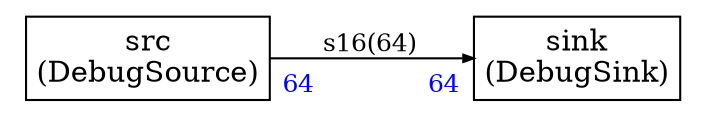
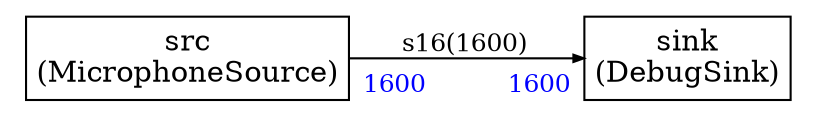






digraph structs {
    bgcolor = "white"
    node [shape=plaintext,color="black",fontcolor="black",fontname="Times-Roman"]
    rankdir=LR
    edge [arrowsize="0.5",color="black",fontcolor="black",fontname="Times-Roman"]


sink [label=<
<TABLE color="black" bgcolor="none" BORDER="0" CELLBORDER="1" CELLSPACING="0" CELLPADDING="4">
  <TR>
    <TD ALIGN="CENTER" PORT="i"><FONT COLOR="black" POINT-SIZE="14.0">sink<BR/>(DebugSink)</FONT></TD>
  </TR>
</TABLE>>];

src [label=<
<TABLE color="black" bgcolor="none" BORDER="0" CELLBORDER="1" CELLSPACING="0" CELLPADDING="4">
  <TR>
-     <TD ALIGN="CENTER" PORT="i"><FONT COLOR="black" POINT-SIZE="14.0">src<BR/>(DebugSource)</FONT></TD>
+     <TD ALIGN="CENTER" PORT="i"><FONT COLOR="black" POINT-SIZE="14.0">src<BR/>(MicrophoneSource)</FONT></TD>
  </TR>
</TABLE>>];



- src:i -> sink:i [style="solid",color="black",fontsize="12.0",fontcolor="black",label=<s16(64)>
- ,headlabel=<<TABLE BORDER="0" CELLPADDING="4"><TR><TD><FONT COLOR="blue" POINT-SIZE="12.0" >64</FONT>
+ src:i -> sink:i [style="solid",color="black",fontsize="12.0",fontcolor="black",label=<s16(1600)>
+ ,headlabel=<<TABLE BORDER="0" CELLPADDING="4"><TR><TD><FONT COLOR="blue" POINT-SIZE="12.0" >1600</FONT>
</TD></TR></TABLE>>
- ,taillabel=<<TABLE BORDER="0" CELLPADDING="4"><TR><TD><FONT COLOR="blue" POINT-SIZE="12.0" >64</FONT>
+ ,taillabel=<<TABLE BORDER="0" CELLPADDING="4"><TR><TD><FONT COLOR="blue" POINT-SIZE="12.0" >1600</FONT>
</TD></TR></TABLE>>]




}
